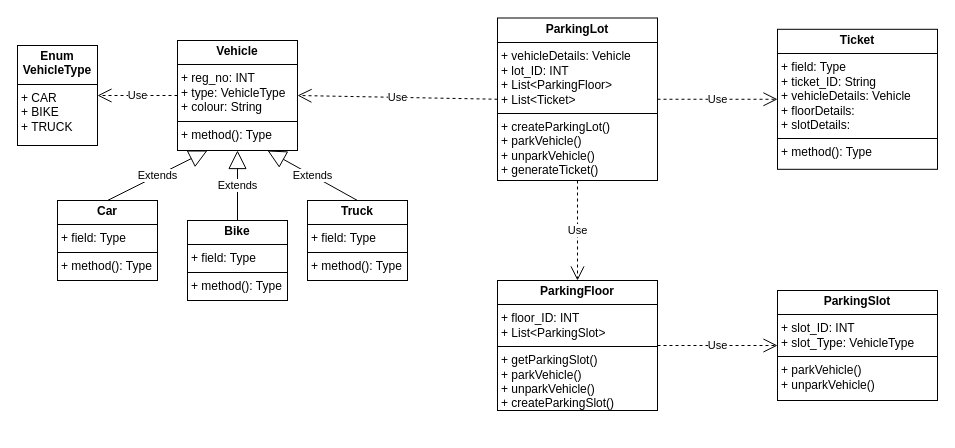
Earlier version of the draw.io diagram ParkingLotLLD/ParkingLot.drawio (ak56867/SystemDesign). Source tidied: cells renumbered, new cells numbered last; positions are measured from the earlier drawing's top-left corner, leaving out a move shared by most shapes. Both pictures are drawn from the tidied source at 100%, with x=0, y=0 at pixel (17, 18).
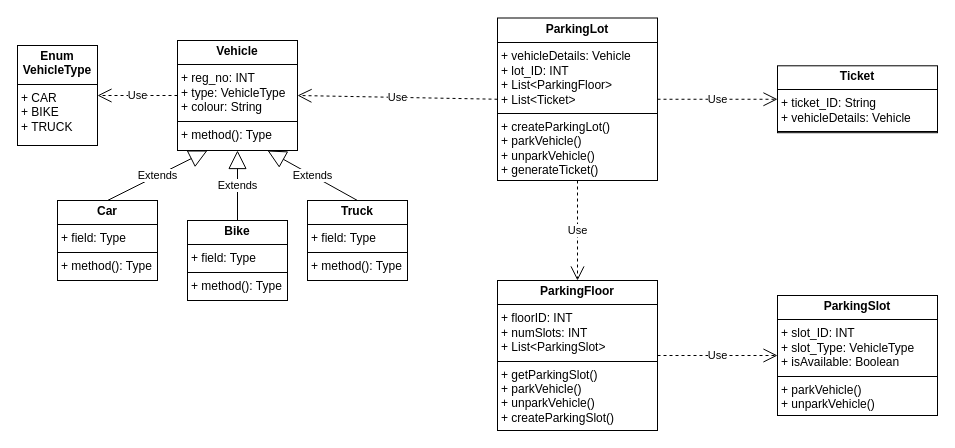
After the change.

What changed in the source:
```diff
@@
 <mxGraphModel>
   <root>
     <mxCell id="0" />
     <mxCell id="1" parent="0" />
     <mxCell id="2" style="group;" parent="1" vertex="1">
       <mxGeometry x="40" y="22" width="430" height="260" as="geometry" />
     </mxCell>
     <mxCell id="3" value="&lt;p style=&quot;margin:0px;margin-top:4px;text-align:center;&quot;&gt;&lt;b&gt;Vehicle&lt;/b&gt;&lt;/p&gt;&lt;hr size=&quot;1&quot; style=&quot;border-style:solid;&quot;&gt;&lt;p style=&quot;margin:0px;margin-left:4px;&quot;&gt;&lt;span style=&quot;background-color: transparent; color: light-dark(rgb(0, 0, 0), rgb(255, 255, 255));&quot;&gt;+ reg_no: INT&lt;/span&gt;&lt;/p&gt;&lt;p style=&quot;margin:0px;margin-left:4px;&quot;&gt;+ type: VehicleType&lt;/p&gt;&lt;p style=&quot;margin:0px;margin-left:4px;&quot;&gt;+ colour: String&lt;/p&gt;&lt;hr size=&quot;1&quot; style=&quot;border-style:solid;&quot;&gt;&lt;p style=&quot;margin:0px;margin-left:4px;&quot;&gt;+ method(): Type&lt;/p&gt;" style="verticalAlign=top;align=left;overflow=fill;html=1;whiteSpace=wrap;" parent="2" vertex="1">
       <mxGeometry x="120" width="120" height="110" as="geometry" />
     </mxCell>
     <mxCell id="4" value="&lt;p style=&quot;margin:0px;margin-top:4px;text-align:center;&quot;&gt;&lt;b&gt;Car&lt;/b&gt;&lt;/p&gt;&lt;hr size=&quot;1&quot; style=&quot;border-style:solid;&quot;&gt;&lt;p style=&quot;margin:0px;margin-left:4px;&quot;&gt;+ field: Type&lt;/p&gt;&lt;hr size=&quot;1&quot; style=&quot;border-style:solid;&quot;&gt;&lt;p style=&quot;margin:0px;margin-left:4px;&quot;&gt;+ method(): Type&lt;/p&gt;" style="verticalAlign=top;align=left;overflow=fill;html=1;whiteSpace=wrap;" parent="2" vertex="1">
       <mxGeometry y="160" width="100" height="80" as="geometry" />
     </mxCell>
     <mxCell id="5" value="&lt;p style=&quot;margin:0px;margin-top:4px;text-align:center;&quot;&gt;&lt;b&gt;Bike&lt;/b&gt;&lt;/p&gt;&lt;hr size=&quot;1&quot; style=&quot;border-style:solid;&quot;&gt;&lt;p style=&quot;margin:0px;margin-left:4px;&quot;&gt;+ field: Type&lt;/p&gt;&lt;hr size=&quot;1&quot; style=&quot;border-style:solid;&quot;&gt;&lt;p style=&quot;margin:0px;margin-left:4px;&quot;&gt;+ method(): Type&lt;/p&gt;" style="verticalAlign=top;align=left;overflow=fill;html=1;whiteSpace=wrap;" parent="2" vertex="1">
       <mxGeometry x="130" y="180" width="100" height="80" as="geometry" />
     </mxCell>
     <mxCell id="6" value="&lt;p style=&quot;margin:0px;margin-top:4px;text-align:center;&quot;&gt;&lt;b&gt;Truck&lt;/b&gt;&lt;/p&gt;&lt;hr size=&quot;1&quot; style=&quot;border-style:solid;&quot;&gt;&lt;p style=&quot;margin:0px;margin-left:4px;&quot;&gt;+ field: Type&lt;/p&gt;&lt;hr size=&quot;1&quot; style=&quot;border-style:solid;&quot;&gt;&lt;p style=&quot;margin:0px;margin-left:4px;&quot;&gt;+ method(): Type&lt;/p&gt;" style="verticalAlign=top;align=left;overflow=fill;html=1;whiteSpace=wrap;" parent="2" vertex="1">
       <mxGeometry x="250" y="160" width="100" height="80" as="geometry" />
     </mxCell>
     <mxCell id="7" value="&lt;p style=&quot;margin:0px;margin-top:4px;text-align:center;&quot;&gt;&lt;b&gt;Enum VehicleType&lt;/b&gt;&lt;/p&gt;&lt;hr size=&quot;1&quot; style=&quot;border-style:solid;&quot;&gt;&lt;p style=&quot;margin:0px;margin-left:4px;&quot;&gt;&lt;span style=&quot;background-color: transparent; color: light-dark(rgb(0, 0, 0), rgb(255, 255, 255));&quot;&gt;+ CAR&lt;/span&gt;&lt;/p&gt;&lt;p style=&quot;margin:0px;margin-left:4px;&quot;&gt;+ BIKE&lt;/p&gt;&lt;p style=&quot;margin:0px;margin-left:4px;&quot;&gt;+ TRUCK&lt;/p&gt;" style="verticalAlign=top;align=left;overflow=fill;html=1;whiteSpace=wrap;" parent="2" vertex="1">
       <mxGeometry x="-40" y="5" width="80" height="100" as="geometry" />
     </mxCell>
     <mxCell id="8" value="Extends" style="endArrow=block;endSize=16;endFill=0;html=1;rounded=0;exitX=0.5;exitY=0;exitDx=0;exitDy=0;entryX=0.25;entryY=1;entryDx=0;entryDy=0;" parent="2" edge="1" source="4" target="3">
       <mxGeometry relative="1" as="geometry" />
     </mxCell>
     <mxCell id="9" value="Extends" style="endArrow=block;endSize=16;endFill=0;html=1;rounded=0;exitX=0.5;exitY=0;exitDx=0;exitDy=0;entryX=0.5;entryY=1;entryDx=0;entryDy=0;" parent="2" edge="1" source="5" target="3">
       <mxGeometry relative="1" as="geometry" />
     </mxCell>
     <mxCell id="10" value="Extends" style="endArrow=block;endSize=16;endFill=0;html=1;rounded=0;exitX=0.5;exitY=0;exitDx=0;exitDy=0;entryX=0.75;entryY=1;entryDx=0;entryDy=0;" parent="2" edge="1" source="6" target="3">
       <mxGeometry relative="1" as="geometry" />
     </mxCell>
     <mxCell id="11" value="Use" style="endArrow=open;endSize=12;dashed=1;html=1;rounded=0;exitX=0;exitY=0.5;exitDx=0;exitDy=0;entryX=1;entryY=0.5;entryDx=0;entryDy=0;" parent="2" edge="1" source="3" target="7">
       <mxGeometry relative="1" as="geometry" />
     </mxCell>
-    <mxCell id="12" value="&lt;p style=&quot;margin:0px;margin-top:4px;text-align:center;&quot;&gt;&lt;b&gt;ParkingSlot&lt;/b&gt;&lt;/p&gt;&lt;hr size=&quot;1&quot; style=&quot;border-style:solid;&quot;&gt;&lt;p style=&quot;margin:0px;margin-left:4px;&quot;&gt;&lt;span style=&quot;background-color: transparent; color: light-dark(rgb(0, 0, 0), rgb(255, 255, 255));&quot;&gt;+ slot_ID: INT&lt;/span&gt;&lt;/p&gt;&lt;p style=&quot;margin:0px;margin-left:4px;&quot;&gt;+ slot_Type: VehicleType&lt;/p&gt;&lt;hr size=&quot;1&quot; style=&quot;border-style:solid;&quot;&gt;&lt;p style=&quot;margin:0px;margin-left:4px;&quot;&gt;+ parkVehicle()&lt;/p&gt;&lt;p style=&quot;margin:0px;margin-left:4px;&quot;&gt;+ unparkVehicle()&lt;/p&gt;" style="verticalAlign=top;align=left;overflow=fill;html=1;whiteSpace=wrap;" parent="1" vertex="1">
-      <mxGeometry x="760" y="272" width="160" height="110" as="geometry" />
+    <mxCell id="12" value="&lt;p style=&quot;margin:0px;margin-top:4px;text-align:center;&quot;&gt;&lt;b&gt;ParkingSlot&lt;/b&gt;&lt;/p&gt;&lt;hr size=&quot;1&quot; style=&quot;border-style:solid;&quot;&gt;&lt;p style=&quot;margin:0px;margin-left:4px;&quot;&gt;&lt;span style=&quot;background-color: transparent; color: light-dark(rgb(0, 0, 0), rgb(255, 255, 255));&quot;&gt;+ slot_ID: INT&lt;/span&gt;&lt;/p&gt;&lt;p style=&quot;margin:0px;margin-left:4px;&quot;&gt;+ slot_Type: VehicleType&lt;/p&gt;&lt;p style=&quot;margin:0px;margin-left:4px;&quot;&gt;+ isAvailable: Boolean&lt;/p&gt;&lt;hr size=&quot;1&quot; style=&quot;border-style:solid;&quot;&gt;&lt;p style=&quot;margin:0px;margin-left:4px;&quot;&gt;+ parkVehicle()&lt;/p&gt;&lt;p style=&quot;margin:0px;margin-left:4px;&quot;&gt;+ unparkVehicle()&lt;/p&gt;" style="verticalAlign=top;align=left;overflow=fill;html=1;whiteSpace=wrap;" parent="1" vertex="1">
+      <mxGeometry x="760" y="277" width="160" height="120" as="geometry" />
     </mxCell>
-    <mxCell id="13" value="&lt;p style=&quot;margin:0px;margin-top:4px;text-align:center;&quot;&gt;&lt;b&gt;ParkingFloor&lt;/b&gt;&lt;/p&gt;&lt;hr size=&quot;1&quot; style=&quot;border-style:solid;&quot;&gt;&lt;p style=&quot;margin:0px;margin-left:4px;&quot;&gt;&lt;span style=&quot;background-color: transparent; color: light-dark(rgb(0, 0, 0), rgb(255, 255, 255));&quot;&gt;+ floor_ID: INT&lt;/span&gt;&lt;/p&gt;&lt;p style=&quot;margin:0px;margin-left:4px;&quot;&gt;+&amp;nbsp;&lt;span style=&quot;background-color: transparent; color: light-dark(rgb(0, 0, 0), rgb(255, 255, 255));&quot;&gt;List&amp;lt;ParkingSlot&amp;gt;&lt;/span&gt;&lt;/p&gt;&lt;hr size=&quot;1&quot; style=&quot;border-style:solid;&quot;&gt;&lt;p style=&quot;margin:0px;margin-left:4px;&quot;&gt;+ getParkingSlot()&lt;/p&gt;&lt;p style=&quot;margin:0px;margin-left:4px;&quot;&gt;+ parkVehicle()&lt;/p&gt;&lt;p style=&quot;margin:0px;margin-left:4px;&quot;&gt;+ unparkVehicle()&lt;/p&gt;&lt;p style=&quot;margin:0px;margin-left:4px;&quot;&gt;+ createParkingSlot()&lt;/p&gt;" style="verticalAlign=top;align=left;overflow=fill;html=1;whiteSpace=wrap;" parent="1" vertex="1">
-      <mxGeometry x="480" y="262" width="160" height="130" as="geometry" />
+    <mxCell id="13" value="&lt;p style=&quot;margin:0px;margin-top:4px;text-align:center;&quot;&gt;&lt;b&gt;ParkingFloor&lt;/b&gt;&lt;/p&gt;&lt;hr size=&quot;1&quot; style=&quot;border-style:solid;&quot;&gt;&lt;p style=&quot;margin:0px;margin-left:4px;&quot;&gt;&lt;span style=&quot;background-color: transparent; color: light-dark(rgb(0, 0, 0), rgb(255, 255, 255));&quot;&gt;+ floorID: INT&lt;/span&gt;&lt;/p&gt;&lt;p style=&quot;margin:0px;margin-left:4px;&quot;&gt;+ numSlots: INT&lt;/p&gt;&lt;p style=&quot;margin:0px;margin-left:4px;&quot;&gt;+&amp;nbsp;&lt;span style=&quot;background-color: transparent; color: light-dark(rgb(0, 0, 0), rgb(255, 255, 255));&quot;&gt;List&amp;lt;ParkingSlot&amp;gt;&lt;/span&gt;&lt;/p&gt;&lt;hr size=&quot;1&quot; style=&quot;border-style:solid;&quot;&gt;&lt;p style=&quot;margin:0px;margin-left:4px;&quot;&gt;+ getParkingSlot()&lt;/p&gt;&lt;p style=&quot;margin:0px;margin-left:4px;&quot;&gt;+ parkVehicle()&lt;/p&gt;&lt;p style=&quot;margin:0px;margin-left:4px;&quot;&gt;+ unparkVehicle()&lt;/p&gt;&lt;p style=&quot;margin:0px;margin-left:4px;&quot;&gt;+ createParkingSlot()&lt;/p&gt;" style="verticalAlign=top;align=left;overflow=fill;html=1;whiteSpace=wrap;" parent="1" vertex="1">
+      <mxGeometry x="480" y="262" width="160" height="150" as="geometry" />
     </mxCell>
     <mxCell id="14" value="Use" style="endArrow=open;endSize=12;dashed=1;html=1;rounded=0;exitX=1;exitY=0.5;exitDx=0;exitDy=0;entryX=0;entryY=0.5;entryDx=0;entryDy=0;" parent="1" edge="1" source="13" target="12">
       <mxGeometry relative="1" as="geometry" />
     </mxCell>
     <mxCell id="15" value="&lt;p style=&quot;margin:0px;margin-top:4px;text-align:center;&quot;&gt;&lt;b&gt;ParkingLot&lt;/b&gt;&lt;/p&gt;&lt;hr size=&quot;1&quot; style=&quot;border-style:solid;&quot;&gt;&lt;p style=&quot;margin:0px;margin-left:4px;&quot;&gt;+ vehicleDetails: Vehicle&lt;/p&gt;&lt;p style=&quot;margin:0px;margin-left:4px;&quot;&gt;+ lot_ID: INT&lt;/p&gt;&lt;p style=&quot;margin:0px;margin-left:4px;&quot;&gt;+ List&amp;lt;ParkingFloor&amp;gt;&lt;/p&gt;&lt;p style=&quot;margin:0px;margin-left:4px;&quot;&gt;+ List&amp;lt;Ticket&amp;gt;&lt;/p&gt;&lt;hr size=&quot;1&quot; style=&quot;border-style:solid;&quot;&gt;&lt;p style=&quot;margin:0px;margin-left:4px;&quot;&gt;+ createParkingLot()&lt;/p&gt;&lt;p style=&quot;margin:0px;margin-left:4px;&quot;&gt;+ parkVehicle()&lt;/p&gt;&lt;p style=&quot;margin:0px;margin-left:4px;&quot;&gt;+ unparkVehicle()&lt;/p&gt;&lt;p style=&quot;margin:0px;margin-left:4px;&quot;&gt;+ generateTicket()&lt;/p&gt;" style="verticalAlign=top;align=left;overflow=fill;html=1;whiteSpace=wrap;" parent="1" vertex="1">
       <mxGeometry x="480" y="-0.5" width="160" height="162.5" as="geometry" />
     </mxCell>
     <mxCell id="16" value="Use" style="endArrow=open;endSize=12;dashed=1;html=1;rounded=0;entryX=1;entryY=0.5;entryDx=0;entryDy=0;exitX=0;exitY=0.5;exitDx=0;exitDy=0;" parent="1" edge="1" source="15" target="3">
       <mxGeometry relative="1" as="geometry" />
     </mxCell>
     <mxCell id="17" value="Use" style="endArrow=open;endSize=12;dashed=1;html=1;rounded=0;entryX=0.5;entryY=0;entryDx=0;entryDy=0;exitX=0.5;exitY=1;exitDx=0;exitDy=0;" parent="1" edge="1" source="15" target="13">
       <mxGeometry relative="1" as="geometry" />
     </mxCell>
-    <mxCell id="18" value="&lt;p style=&quot;margin:0px;margin-top:4px;text-align:center;&quot;&gt;&lt;b&gt;Ticket&lt;/b&gt;&lt;/p&gt;&lt;hr size=&quot;1&quot; style=&quot;border-style:solid;&quot;&gt;&lt;p style=&quot;margin:0px;margin-left:4px;&quot;&gt;+ field: Type&lt;/p&gt;&lt;p style=&quot;margin:0px;margin-left:4px;&quot;&gt;+ ticket_ID: String&lt;/p&gt;&lt;p style=&quot;margin:0px;margin-left:4px;&quot;&gt;+ vehicleDetails: Vehicle&lt;/p&gt;&lt;p style=&quot;margin:0px;margin-left:4px;&quot;&gt;+ floorDetails:&lt;/p&gt;&lt;p style=&quot;margin:0px;margin-left:4px;&quot;&gt;+ slotDetails:&lt;/p&gt;&lt;hr size=&quot;1&quot; style=&quot;border-style:solid;&quot;&gt;&lt;p style=&quot;margin:0px;margin-left:4px;&quot;&gt;+ method(): Type&lt;/p&gt;" style="verticalAlign=top;align=left;overflow=fill;html=1;whiteSpace=wrap;" parent="1" vertex="1">
-      <mxGeometry x="760" y="10.8" width="160" height="140" as="geometry" />
+    <mxCell id="18" value="&lt;p style=&quot;margin:0px;margin-top:4px;text-align:center;&quot;&gt;&lt;b&gt;Ticket&lt;/b&gt;&lt;/p&gt;&lt;hr size=&quot;1&quot; style=&quot;border-style:solid;&quot;&gt;&lt;p style=&quot;margin:0px;margin-left:4px;&quot;&gt;&lt;span style=&quot;background-color: transparent; color: light-dark(rgb(0, 0, 0), rgb(255, 255, 255));&quot;&gt;+ ticket_ID: String&lt;/span&gt;&lt;/p&gt;&lt;p style=&quot;margin:0px;margin-left:4px;&quot;&gt;+ vehicleDetails: Vehicle&lt;/p&gt;&lt;hr size=&quot;1&quot; style=&quot;border-style:solid;&quot;&gt;&lt;p style=&quot;margin:0px;margin-left:4px;&quot;&gt;&lt;br&gt;&lt;/p&gt;" style="verticalAlign=top;align=left;overflow=fill;html=1;whiteSpace=wrap;" parent="1" vertex="1">
+      <mxGeometry x="760" y="47.3" width="160" height="66.9" as="geometry" />
     </mxCell>
     <mxCell id="19" value="Use" style="endArrow=open;endSize=12;dashed=1;html=1;rounded=0;exitX=1;exitY=0.5;exitDx=0;exitDy=0;" parent="1" edge="1" source="15" target="18">
       <mxGeometry relative="1" as="geometry" />
     </mxCell>
   </root>
 </mxGraphModel>
```
